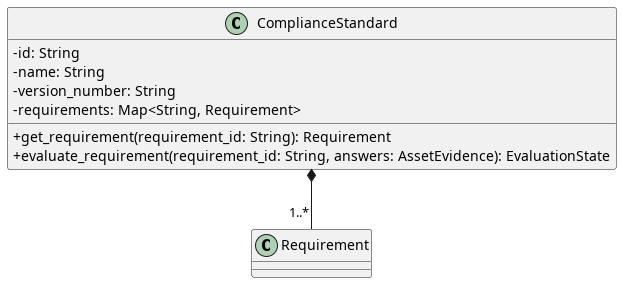
This is src/PB/DocumentazioneEsterna/Specifica_Tecnica/content/05-diagrammi-classi/uml/png/Dominio/ComplianceStandard.png from GroupRubberDuck/Documentazione, a PlantUML export, as it was before one commit.
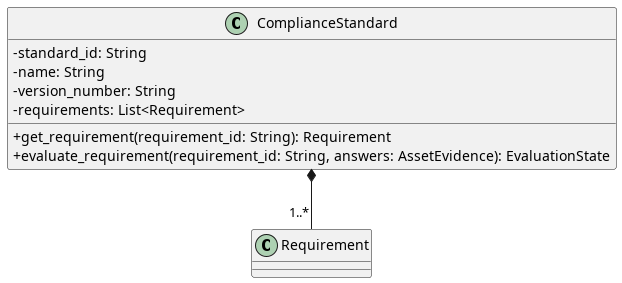
Above is the later version.

What changed in the source:
```diff
@@ -3,10 +3,10 @@
 skinparam classAttributeIconSize 0
 
 class ComplianceStandard {
-    - id: String
+    - standard_id: String
     - name: String
     - version_number: String
-    - requirements: Map<String, Requirement>
+    - requirements: List<Requirement>
 
     + get_requirement(requirement_id: String): Requirement
     + evaluate_requirement(requirement_id: String, answers: AssetEvidence): EvaluationState
```
